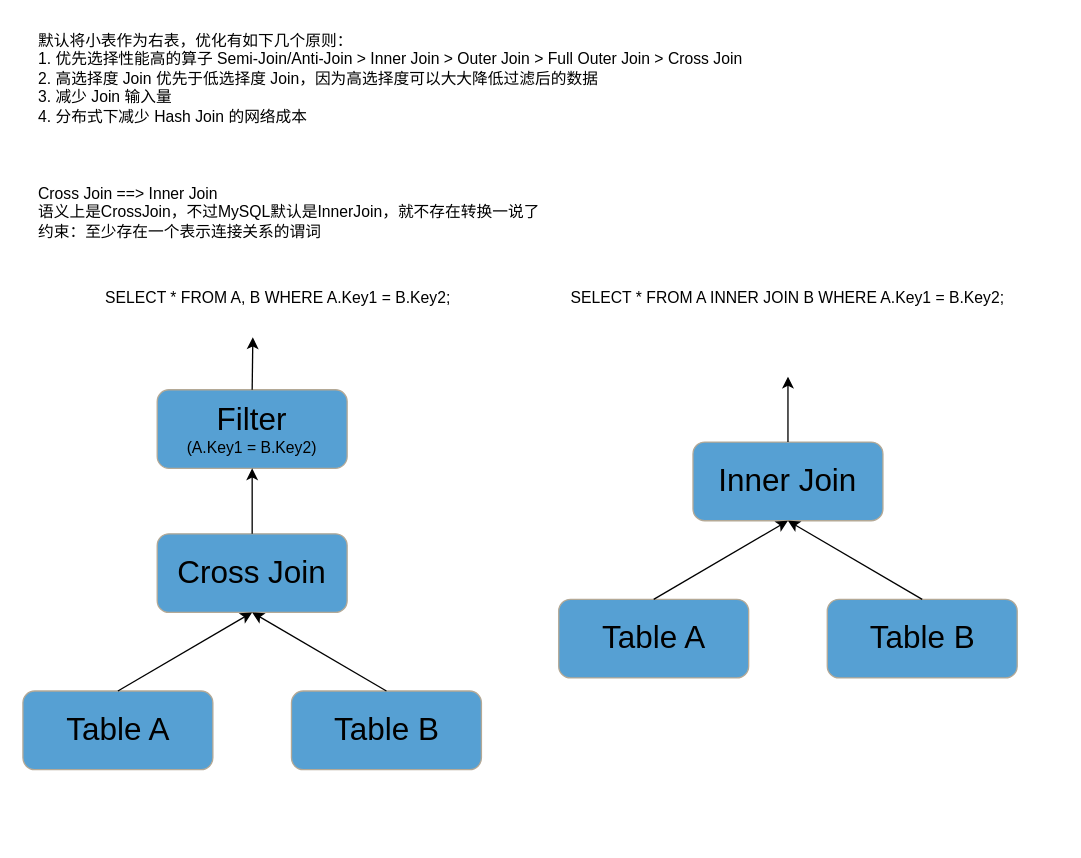
This is page "Join转换01" (2 of 2) of database/Optimize.drawio from gohalo/mind, a draw.io file, before an edit. Source tidied: cells renumbered, new cells numbered last; positions are measured from the earlier drawing's top-left corner, leaving out a move shared by most shapes. Both pictures are drawn from the tidied source at 131%, with x=0, y=0 at pixel (22, 22).
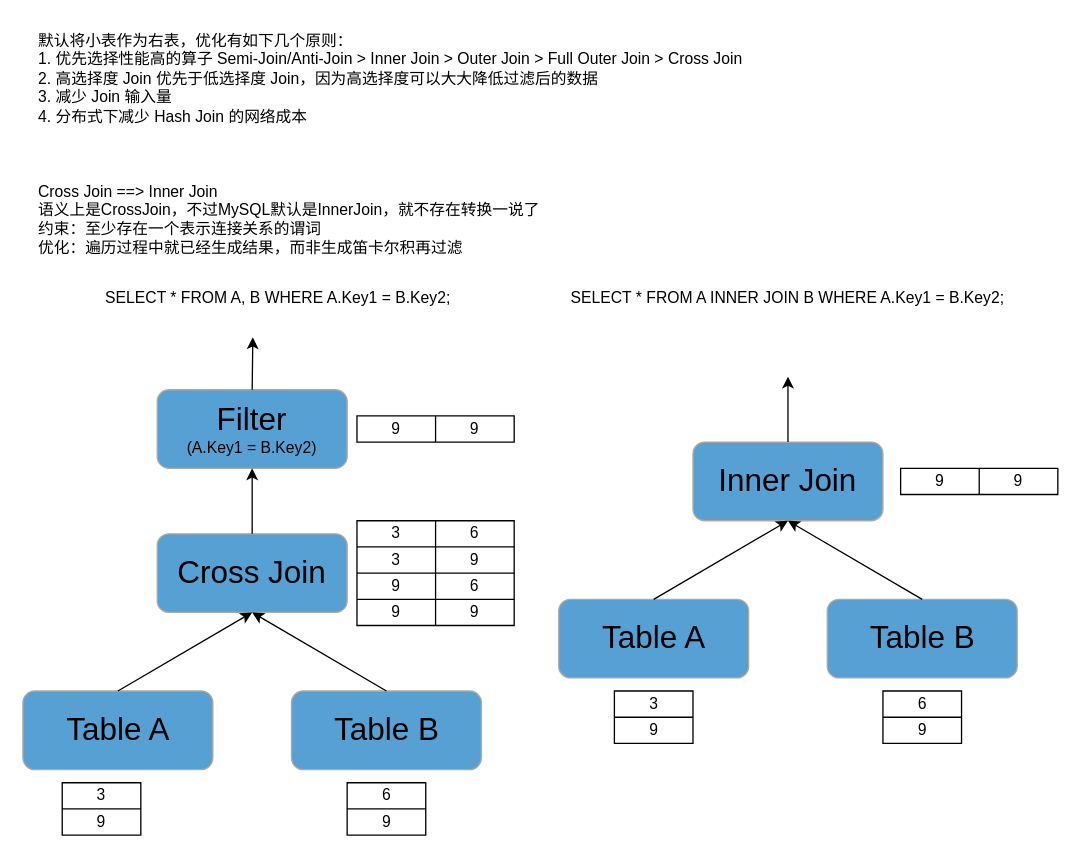
The same page after the edit.

Diff of the diagram source:
```diff
@@
-    <mxCell id="5" value="Cross Join ==&amp;gt; Inner Join&lt;br&gt;语义上是CrossJoin，不过MySQL默认是InnerJoin，就不存在转换一说了&lt;br&gt;约束：至少存在一个表示连接关系的谓词" style="text;html=1;strokeColor=none;fillColor=none;align=left;verticalAlign=middle;whiteSpace=wrap;rounded=0;" parent="1" vertex="1">
-      <mxGeometry x="10" y="120" width="410" height="50" as="geometry" />
+    <mxCell id="5" value="Cross Join ==&amp;gt; Inner Join&lt;br&gt;语义上是CrossJoin，不过MySQL默认是InnerJoin，就不存在转换一说了&lt;br&gt;约束：至少存在一个表示连接关系的谓词&lt;br&gt;优化：遍历过程中就已经生成结果，而非生成笛卡尔积再过滤" style="text;html=1;strokeColor=none;fillColor=none;align=left;verticalAlign=middle;whiteSpace=wrap;rounded=0;" parent="1" vertex="1">
+      <mxGeometry x="10" y="120" width="410" height="60" as="geometry" />
     </mxCell>
@@
+    <mxCell id="27" style="shape=table;startSize=0;childLayout=tableLayout;" parent="1" vertex="1">
+      <mxGeometry x="30" y="580" width="60" height="40" as="geometry" />
+    </mxCell>
+    <mxCell id="28" style="shape=tableRow;horizontal=0;startSize=0;swimlaneHead=0;swimlaneBody=0;strokeColor=inherit;top=0;left=0;bottom=0;right=0;fillColor=none;" parent="27" vertex="1">
+      <mxGeometry width="60" height="20" as="geometry" />
+    </mxCell>
+    <mxCell id="29" value="3" style="shape=partialRectangle;html=1;whiteSpace=wrap;strokeColor=inherit;overflow=hidden;fillColor=none;top=0;left=0;bottom=0;right=0;" parent="28" vertex="1">
+      <mxGeometry width="60" height="20" as="geometry" />
+    </mxCell>
+    <mxCell id="30" style="shape=tableRow;horizontal=0;startSize=0;swimlaneHead=0;swimlaneBody=0;strokeColor=inherit;top=0;left=0;bottom=0;right=0;fillColor=none;" parent="27" vertex="1">
+      <mxGeometry y="20" width="60" height="20" as="geometry" />
+    </mxCell>
+    <mxCell id="31" value="9" style="shape=partialRectangle;html=1;whiteSpace=wrap;strokeColor=inherit;overflow=hidden;fillColor=none;top=0;left=0;bottom=0;right=0;" parent="30" vertex="1">
+      <mxGeometry width="60" height="20" as="geometry" />
+    </mxCell>
+    <mxCell id="32" style="shape=table;startSize=0;childLayout=tableLayout;" parent="1" vertex="1">
+      <mxGeometry x="247.5" y="580" width="60" height="40" as="geometry" />
+    </mxCell>
+    <mxCell id="33" style="shape=tableRow;horizontal=0;startSize=0;swimlaneHead=0;swimlaneBody=0;strokeColor=inherit;top=0;left=0;bottom=0;right=0;fillColor=none;" parent="32" vertex="1">
+      <mxGeometry width="60" height="20" as="geometry" />
+    </mxCell>
+    <mxCell id="34" value="6" style="shape=partialRectangle;html=1;whiteSpace=wrap;strokeColor=inherit;overflow=hidden;fillColor=none;top=0;left=0;bottom=0;right=0;" parent="33" vertex="1">
+      <mxGeometry width="60" height="20" as="geometry" />
+    </mxCell>
+    <mxCell id="35" style="shape=tableRow;horizontal=0;startSize=0;swimlaneHead=0;swimlaneBody=0;strokeColor=inherit;top=0;left=0;bottom=0;right=0;fillColor=none;" parent="32" vertex="1">
+      <mxGeometry y="20" width="60" height="20" as="geometry" />
+    </mxCell>
+    <mxCell id="36" value="9" style="shape=partialRectangle;html=1;whiteSpace=wrap;strokeColor=inherit;overflow=hidden;fillColor=none;top=0;left=0;bottom=0;right=0;" parent="35" vertex="1">
+      <mxGeometry width="60" height="20" as="geometry" />
+    </mxCell>
+    <mxCell id="37" style="shape=table;startSize=0;childLayout=tableLayout;" parent="1" vertex="1">
+      <mxGeometry x="255" y="380" width="120" height="80" as="geometry" />
+    </mxCell>
+    <mxCell id="38" style="shape=tableRow;horizontal=0;startSize=0;swimlaneHead=0;swimlaneBody=0;strokeColor=inherit;top=0;left=0;bottom=0;right=0;fillColor=none;" parent="37" vertex="1">
+      <mxGeometry width="120" height="20" as="geometry" />
+    </mxCell>
+    <mxCell id="39" value="3" style="shape=partialRectangle;html=1;whiteSpace=wrap;strokeColor=inherit;overflow=hidden;fillColor=none;top=0;left=0;bottom=0;right=0;" parent="38" vertex="1">
+      <mxGeometry width="60" height="20" as="geometry" />
+    </mxCell>
+    <mxCell id="40" value="6" style="shape=partialRectangle;html=1;whiteSpace=wrap;strokeColor=inherit;overflow=hidden;fillColor=none;top=0;left=0;bottom=0;right=0;" parent="38" vertex="1">
+      <mxGeometry x="60" width="60" height="20" as="geometry" />
+    </mxCell>
+    <mxCell id="41" style="shape=tableRow;horizontal=0;startSize=0;swimlaneHead=0;swimlaneBody=0;strokeColor=inherit;top=0;left=0;bottom=0;right=0;fillColor=none;" parent="37" vertex="1">
+      <mxGeometry y="20" width="120" height="20" as="geometry" />
+    </mxCell>
+    <mxCell id="42" value="3" style="shape=partialRectangle;html=1;whiteSpace=wrap;strokeColor=inherit;overflow=hidden;fillColor=none;top=0;left=0;bottom=0;right=0;" parent="41" vertex="1">
+      <mxGeometry width="60" height="20" as="geometry" />
+    </mxCell>
+    <mxCell id="43" value="9" style="shape=partialRectangle;html=1;whiteSpace=wrap;strokeColor=inherit;overflow=hidden;fillColor=none;top=0;left=0;bottom=0;right=0;" parent="41" vertex="1">
+      <mxGeometry x="60" width="60" height="20" as="geometry" />
+    </mxCell>
+    <mxCell id="44" style="shape=tableRow;horizontal=0;startSize=0;swimlaneHead=0;swimlaneBody=0;strokeColor=inherit;top=0;left=0;bottom=0;right=0;fillColor=none;" parent="37" vertex="1">
+      <mxGeometry y="40" width="120" height="20" as="geometry" />
+    </mxCell>
+    <mxCell id="45" value="9" style="shape=partialRectangle;html=1;whiteSpace=wrap;strokeColor=inherit;overflow=hidden;fillColor=none;top=0;left=0;bottom=0;right=0;" parent="44" vertex="1">
+      <mxGeometry width="60" height="20" as="geometry" />
+    </mxCell>
+    <mxCell id="46" value="6" style="shape=partialRectangle;html=1;whiteSpace=wrap;strokeColor=inherit;overflow=hidden;fillColor=none;top=0;left=0;bottom=0;right=0;" parent="44" vertex="1">
+      <mxGeometry x="60" width="60" height="20" as="geometry" />
+    </mxCell>
+    <mxCell id="47" style="shape=tableRow;horizontal=0;startSize=0;swimlaneHead=0;swimlaneBody=0;strokeColor=inherit;top=0;left=0;bottom=0;right=0;fillColor=none;" parent="37" vertex="1">
+      <mxGeometry y="60" width="120" height="20" as="geometry" />
+    </mxCell>
+    <mxCell id="48" value="9" style="shape=partialRectangle;html=1;whiteSpace=wrap;strokeColor=inherit;overflow=hidden;fillColor=none;top=0;left=0;bottom=0;right=0;" parent="47" vertex="1">
+      <mxGeometry width="60" height="20" as="geometry" />
+    </mxCell>
+    <mxCell id="49" value="9" style="shape=partialRectangle;html=1;whiteSpace=wrap;strokeColor=inherit;overflow=hidden;fillColor=none;top=0;left=0;bottom=0;right=0;" parent="47" vertex="1">
+      <mxGeometry x="60" width="60" height="20" as="geometry" />
+    </mxCell>
+    <mxCell id="50" style="shape=table;startSize=0;childLayout=tableLayout;" parent="1" vertex="1">
+      <mxGeometry x="255" y="300" width="120" height="20" as="geometry" />
+    </mxCell>
+    <mxCell id="51" style="shape=tableRow;horizontal=0;startSize=0;swimlaneHead=0;swimlaneBody=0;strokeColor=inherit;top=0;left=0;bottom=0;right=0;fillColor=none;" parent="50" vertex="1">
+      <mxGeometry width="120" height="20" as="geometry" />
+    </mxCell>
+    <mxCell id="52" value="9" style="shape=partialRectangle;html=1;whiteSpace=wrap;strokeColor=inherit;overflow=hidden;fillColor=none;top=0;left=0;bottom=0;right=0;" parent="51" vertex="1">
+      <mxGeometry width="60" height="20" as="geometry" />
+    </mxCell>
+    <mxCell id="53" value="9" style="shape=partialRectangle;html=1;whiteSpace=wrap;strokeColor=inherit;overflow=hidden;fillColor=none;top=0;left=0;bottom=0;right=0;" parent="51" vertex="1">
+      <mxGeometry x="60" width="60" height="20" as="geometry" />
+    </mxCell>
+    <mxCell id="54" style="shape=table;startSize=0;childLayout=tableLayout;" parent="1" vertex="1">
+      <mxGeometry x="670" y="340" width="120" height="20" as="geometry" />
+    </mxCell>
+    <mxCell id="55" style="shape=tableRow;horizontal=0;startSize=0;swimlaneHead=0;swimlaneBody=0;strokeColor=inherit;top=0;left=0;bottom=0;right=0;fillColor=none;" parent="54" vertex="1">
+      <mxGeometry width="120" height="20" as="geometry" />
+    </mxCell>
+    <mxCell id="56" value="9" style="shape=partialRectangle;html=1;whiteSpace=wrap;strokeColor=inherit;overflow=hidden;fillColor=none;top=0;left=0;bottom=0;right=0;" parent="55" vertex="1">
+      <mxGeometry width="60" height="20" as="geometry" />
+    </mxCell>
+    <mxCell id="57" value="9" style="shape=partialRectangle;html=1;whiteSpace=wrap;strokeColor=inherit;overflow=hidden;fillColor=none;top=0;left=0;bottom=0;right=0;" parent="55" vertex="1">
+      <mxGeometry x="60" width="60" height="20" as="geometry" />
+    </mxCell>
+    <mxCell id="58" style="shape=table;startSize=0;childLayout=tableLayout;" parent="1" vertex="1">
+      <mxGeometry x="656.5" y="510" width="60" height="40" as="geometry" />
+    </mxCell>
+    <mxCell id="59" style="shape=tableRow;horizontal=0;startSize=0;swimlaneHead=0;swimlaneBody=0;strokeColor=inherit;top=0;left=0;bottom=0;right=0;fillColor=none;" parent="58" vertex="1">
+      <mxGeometry width="60" height="20" as="geometry" />
+    </mxCell>
+    <mxCell id="60" value="6" style="shape=partialRectangle;html=1;whiteSpace=wrap;strokeColor=inherit;overflow=hidden;fillColor=none;top=0;left=0;bottom=0;right=0;" parent="59" vertex="1">
+      <mxGeometry width="60" height="20" as="geometry" />
+    </mxCell>
+    <mxCell id="61" style="shape=tableRow;horizontal=0;startSize=0;swimlaneHead=0;swimlaneBody=0;strokeColor=inherit;top=0;left=0;bottom=0;right=0;fillColor=none;" parent="58" vertex="1">
+      <mxGeometry y="20" width="60" height="20" as="geometry" />
+    </mxCell>
+    <mxCell id="62" value="9" style="shape=partialRectangle;html=1;whiteSpace=wrap;strokeColor=inherit;overflow=hidden;fillColor=none;top=0;left=0;bottom=0;right=0;" parent="61" vertex="1">
+      <mxGeometry width="60" height="20" as="geometry" />
+    </mxCell>
+    <mxCell id="63" style="shape=table;startSize=0;childLayout=tableLayout;" parent="1" vertex="1">
+      <mxGeometry x="451.5" y="510" width="60" height="40" as="geometry" />
+    </mxCell>
+    <mxCell id="64" style="shape=tableRow;horizontal=0;startSize=0;swimlaneHead=0;swimlaneBody=0;strokeColor=inherit;top=0;left=0;bottom=0;right=0;fillColor=none;" parent="63" vertex="1">
+      <mxGeometry width="60" height="20" as="geometry" />
+    </mxCell>
+    <mxCell id="65" value="3" style="shape=partialRectangle;html=1;whiteSpace=wrap;strokeColor=inherit;overflow=hidden;fillColor=none;top=0;left=0;bottom=0;right=0;" parent="64" vertex="1">
+      <mxGeometry width="60" height="20" as="geometry" />
+    </mxCell>
+    <mxCell id="66" style="shape=tableRow;horizontal=0;startSize=0;swimlaneHead=0;swimlaneBody=0;strokeColor=inherit;top=0;left=0;bottom=0;right=0;fillColor=none;" parent="63" vertex="1">
+      <mxGeometry y="20" width="60" height="20" as="geometry" />
+    </mxCell>
+    <mxCell id="67" value="9" style="shape=partialRectangle;html=1;whiteSpace=wrap;strokeColor=inherit;overflow=hidden;fillColor=none;top=0;left=0;bottom=0;right=0;" parent="66" vertex="1">
+      <mxGeometry width="60" height="20" as="geometry" />
+    </mxCell>
```
